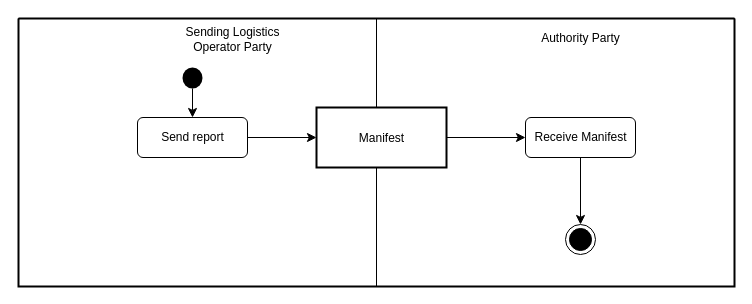
This is diagrams/UBL-2.3-ManifestProcess/UBL-2.3-ManifestProcess.drawio from kduvekot/ubl-work-on-svg-images, a draw.io file, before an edit. Source tidied: cells renumbered, new cells numbered last; positions are measured from the earlier drawing's top-left corner, leaving out a move shared by most shapes. Both pictures are drawn from the tidied source at 100%, with x=0, y=0 at pixel (18, 18).
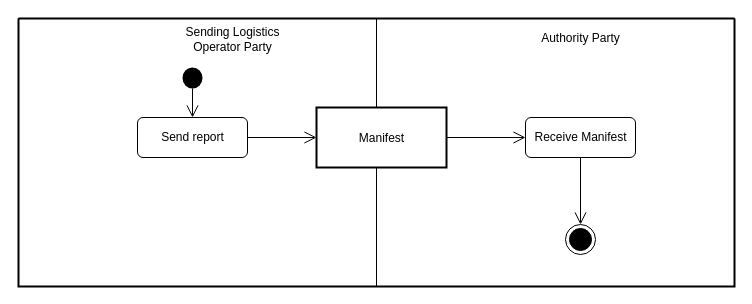
Above is the later version.

Diff of the diagram source:
```diff
@@
 <mxGraphModel>
   <root>
     <mxCell id="0" />
     <mxCell id="1" parent="0" />
     <mxCell id="2" style="swimlane;html=1;startSize=0;whiteSpace=wrap;fillColor=none;strokeWidth=2;" parent="1" vertex="1">
       <mxGeometry width="716" height="268" as="geometry" />
     </mxCell>
     <mxCell id="3" value="Sending Logistics&lt;br&gt;Operator Party" style="swimlane;horizontal=1;startSize=42;swimlaneLine=0;html=1;fillColor=none;fontStyle=0;spacing=0;spacingLeft=69;" parent="2" vertex="1">
       <mxGeometry width="358" height="268" as="geometry" />
     </mxCell>
     <mxCell id="4" value="Authority Party" style="swimlane;horizontal=1;startSize=40;swimlaneLine=0;html=1;fillColor=none;fontStyle=0;spacing=0;spacingLeft=49;" parent="2" vertex="1">
       <mxGeometry x="358" width="358" height="268" as="geometry" />
     </mxCell>
     <mxCell id="5" style="ellipse;shape=startState;fillColor=#000000;strokeColor=none;html=1;" parent="3" vertex="1">
       <mxGeometry x="160" y="45" width="28" height="29" as="geometry" />
     </mxCell>
     <mxCell id="6" value="Manifest" style="rounded=0;html=1;whiteSpace=nowrap;fontStyle=0;align=center;verticalAlign=middle;spacing=0;spacingTop=1;strokeWidth=2;" parent="4" vertex="1">
       <mxGeometry x="-60" y="89" width="130" height="60" as="geometry" />
     </mxCell>
     <mxCell id="7" value="Send report" style="rounded=1;absoluteArcSize=1;arcSize=11;html=1;whiteSpace=nowrap;fontStyle=0;align=center;verticalAlign=middle;spacing=0;spacingRight=1;" parent="3" vertex="1">
       <mxGeometry x="119" y="99" width="110" height="40" as="geometry" />
     </mxCell>
     <mxCell id="8" value="Receive Manifest" style="rounded=1;absoluteArcSize=1;arcSize=11;html=1;whiteSpace=nowrap;fontStyle=0;align=center;verticalAlign=middle;spacing=0;" parent="4" vertex="1">
       <mxGeometry x="149" y="99" width="110" height="40" as="geometry" />
     </mxCell>
     <mxCell id="9" style="ellipse;shape=endState;fillColor=#000000;html=1;" parent="4" vertex="1">
       <mxGeometry x="189" y="206" width="30" height="30" as="geometry" />
     </mxCell>
-    <mxCell id="10" style="edgeStyle=none;rounded=0;html=1;endArrow=classic;endFill=1;endSize=7;exitPerimeter=0;entryX=0.5;entryY=0;entryPerimeter=0;exitX=0.5;exitY=0.8611;" parent="3" edge="1" source="5" target="7">
+    <mxCell id="10" style="edgeStyle=none;rounded=0;html=1;endArrow=open;endFill=0;endSize=10;exitPerimeter=0;entryX=0.5;entryY=0;entryPerimeter=0;exitX=0.5;exitY=0.8611;" parent="3" edge="1" source="5" target="7">
       <mxGeometry relative="1" as="geometry" />
     </mxCell>
-    <mxCell id="11" style="edgeStyle=none;rounded=0;html=1;endArrow=classic;endFill=1;endSize=7;exitX=1;exitY=0.5;exitPerimeter=0;entryX=0;entryY=0.5;entryPerimeter=0;" parent="2" edge="1" source="7" target="6">
+    <mxCell id="11" style="edgeStyle=none;rounded=0;html=1;endArrow=open;endFill=0;endSize=10;exitX=1;exitY=0.5;exitPerimeter=0;entryX=0;entryY=0.5;entryPerimeter=0;" parent="2" edge="1" source="7" target="6">
       <mxGeometry relative="1" as="geometry" />
     </mxCell>
-    <mxCell id="12" style="edgeStyle=none;rounded=0;html=1;endArrow=classic;endFill=1;endSize=7;exitX=1;exitY=0.5;exitPerimeter=0;entryX=0;entryY=0.5;entryPerimeter=0;" parent="4" edge="1" source="6" target="8">
+    <mxCell id="12" style="edgeStyle=none;rounded=0;html=1;endArrow=open;endFill=0;endSize=10;exitX=1;exitY=0.5;exitPerimeter=0;entryX=0;entryY=0.5;entryPerimeter=0;" parent="4" edge="1" source="6" target="8">
       <mxGeometry relative="1" as="geometry" />
     </mxCell>
-    <mxCell id="13" style="edgeStyle=none;rounded=0;html=1;endArrow=classic;endFill=1;endSize=7;exitX=0.5;exitY=1;exitPerimeter=0;entryPerimeter=0;entryX=0.5;entryY=0;" parent="4" edge="1" source="8" target="9">
+    <mxCell id="13" style="edgeStyle=none;rounded=0;html=1;endArrow=open;endFill=0;endSize=10;exitX=0.5;exitY=1;exitPerimeter=0;entryPerimeter=0;entryX=0.5;entryY=0;" parent="4" edge="1" source="8" target="9">
       <mxGeometry relative="1" as="geometry" />
     </mxCell>
   </root>
 </mxGraphModel>
```
